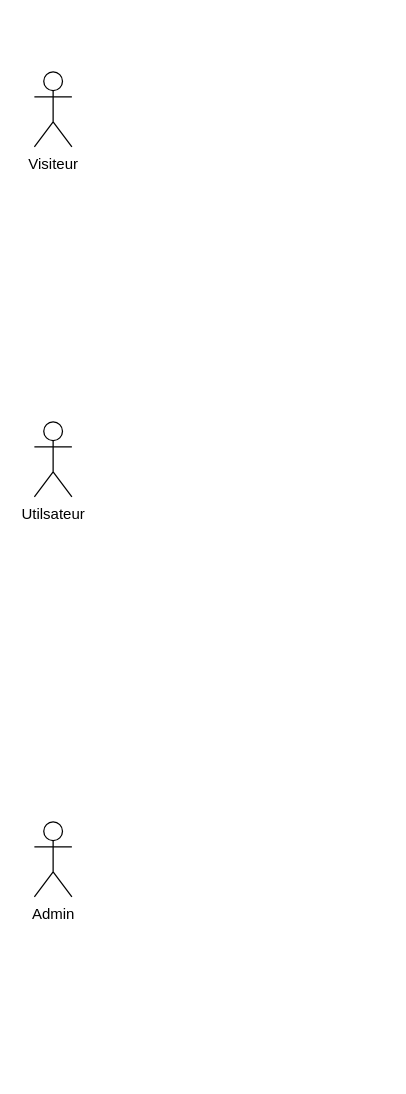
doremijazz/Evaluation_python_web keeps this draw.io diagram as Conception/UML.drawio. Above is the earlier version. Source tidied: cells renumbered, new cells numbered last; positions are measured from the earlier drawing's top-left corner, leaving out a move shared by most shapes. Both pictures are drawn from the tidied source at 125%, with x=0, y=0 at pixel (34, 71).
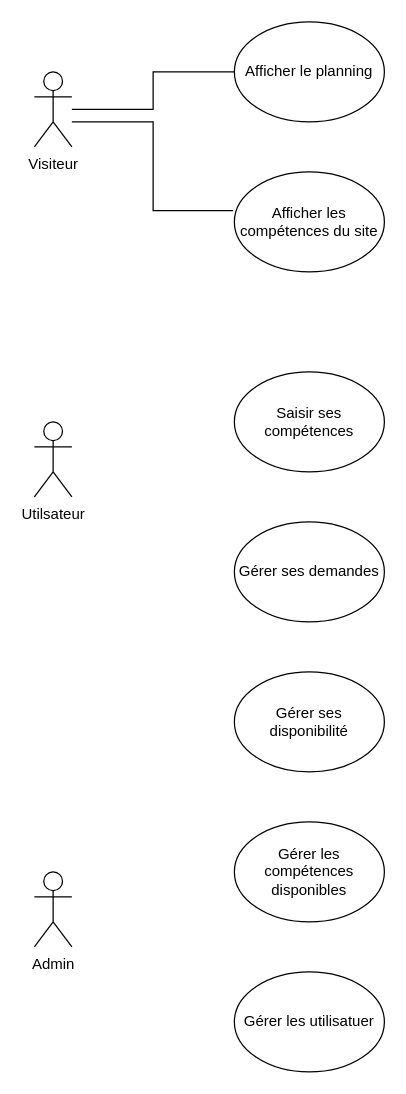
The same diagram, later.

Commit message (it also covers changes not shown here):
ADD : cas d'utilsation

The edit, as a diff of the source:
```diff
@@
 <mxGraphModel>
   <root>
     <mxCell id="0" />
     <mxCell id="1" parent="0" />
+    <mxCell id="5" style="edgeStyle=orthogonalEdgeStyle;rounded=0;jettySize=auto;html=1;entryX=0;entryY=0.5;entryDx=0;entryDy=0;endArrow=none;endFill=0;" parent="1" edge="1" source="2" target="6">
+      <mxGeometry relative="1" as="geometry" />
+    </mxCell>
     <mxCell id="2" value="Visiteur" style="shape=umlActor;verticalLabelPosition=bottom;verticalAlign=top;html=1;outlineConnect=0;" parent="1" vertex="1">
       <mxGeometry width="30" height="60" as="geometry" />
     </mxCell>
     <mxCell id="3" value="Utilsateur" style="shape=umlActor;verticalLabelPosition=bottom;verticalAlign=top;html=1;" parent="1" vertex="1">
       <mxGeometry y="280" width="30" height="60" as="geometry" />
     </mxCell>
     <mxCell id="4" value="Admin" style="shape=umlActor;verticalLabelPosition=bottom;verticalAlign=top;html=1;" parent="1" vertex="1">
-      <mxGeometry y="600" width="30" height="60" as="geometry" />
+      <mxGeometry y="640" width="30" height="60" as="geometry" />
     </mxCell>
+    <mxCell id="6" value="Afficher le planning" style="ellipse;whiteSpace=wrap;html=1;shapeInside=1;" parent="1" vertex="1">
+      <mxGeometry x="160" y="-40" width="120" height="80" as="geometry" />
+    </mxCell>
+    <mxCell id="7" value="Afficher les compétences du site" style="ellipse;whiteSpace=wrap;html=1;shapeInside=1;" parent="1" vertex="1">
+      <mxGeometry x="160" y="80" width="120" height="80" as="geometry" />
+    </mxCell>
+    <mxCell id="8" value="Saisir ses compétences" style="ellipse;whiteSpace=wrap;html=1;shapeInside=1;" parent="1" vertex="1">
+      <mxGeometry x="160" y="240" width="120" height="80" as="geometry" />
+    </mxCell>
+    <mxCell id="9" value="Gérer ses demandes" style="ellipse;whiteSpace=wrap;html=1;shapeInside=1;" parent="1" vertex="1">
+      <mxGeometry x="160" y="360" width="120" height="80" as="geometry" />
+    </mxCell>
+    <mxCell id="10" value="Gérer ses disponibilité" style="ellipse;whiteSpace=wrap;html=1;shapeInside=1;" parent="1" vertex="1">
+      <mxGeometry x="160" y="480" width="120" height="80" as="geometry" />
+    </mxCell>
+    <mxCell id="11" value="Gérer les compétences disponibles" style="ellipse;whiteSpace=wrap;html=1;shapeInside=1;" parent="1" vertex="1">
+      <mxGeometry x="160" y="600" width="120" height="80" as="geometry" />
+    </mxCell>
+    <mxCell id="12" value="Gérer les utilisatuer" style="ellipse;whiteSpace=wrap;html=1;shapeInside=1;" parent="1" vertex="1">
+      <mxGeometry x="160" y="720" width="120" height="80" as="geometry" />
+    </mxCell>
+    <mxCell id="13" style="edgeStyle=orthogonalEdgeStyle;rounded=0;jettySize=auto;html=1;entryX=-0.008;entryY=0.388;entryDx=0;entryDy=0;entryPerimeter=0;endArrow=none;endFill=0;" parent="1" edge="1" source="2" target="7">
+      <mxGeometry relative="1" as="geometry">
+        <Array as="points">
+          <mxPoint x="95" y="40" />
+          <mxPoint x="95" y="111" />
+        </Array>
+      </mxGeometry>
+    </mxCell>
   </root>
 </mxGraphModel>
```
